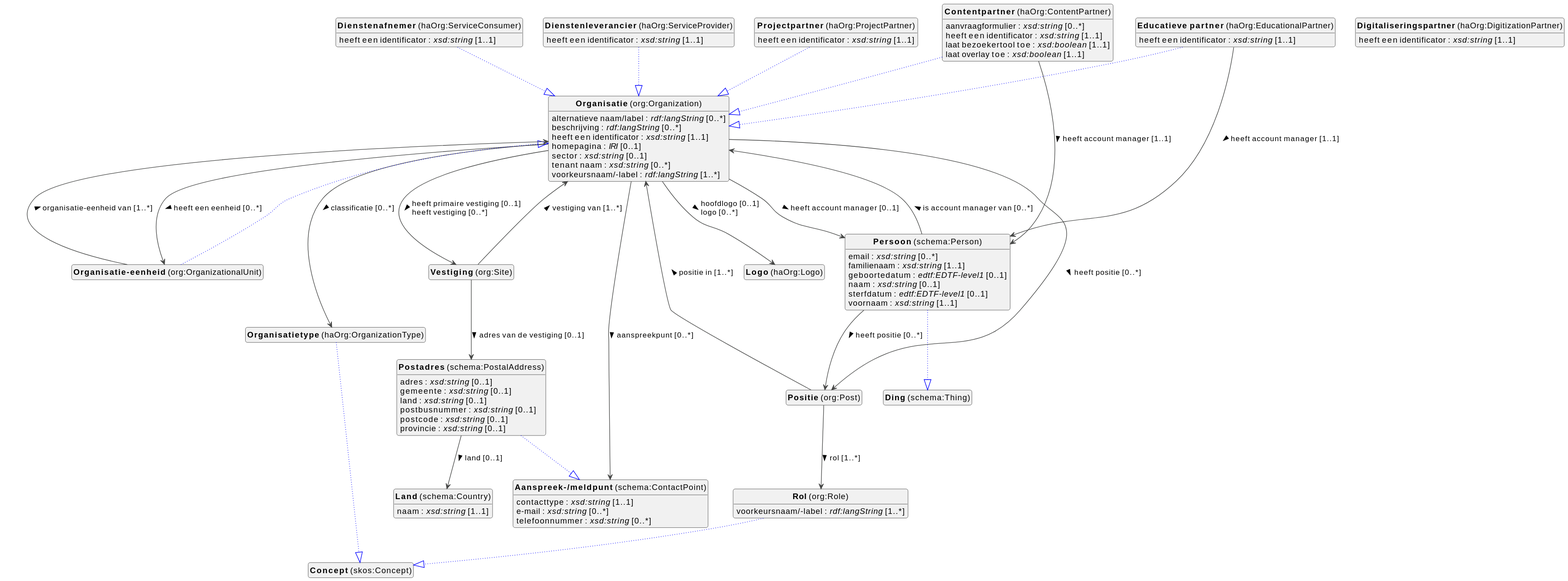
Earlier version of the PlantUML export docs/metadata/knowledge-graph/0.0.1/organizations/nl/organizations-diagram.svg (viaacode/documentation-jekyll).
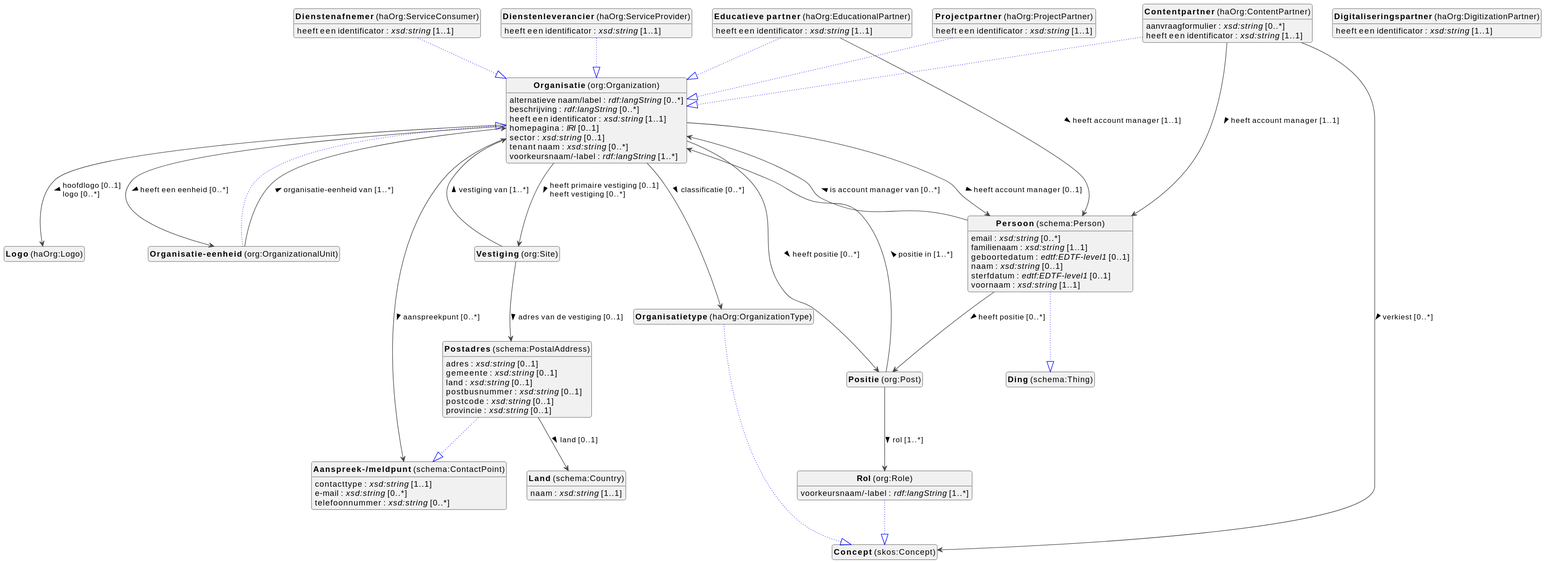
After the commit.

Diff of the diagram source:
```diff
@@ -11,6 +11,7 @@
 
 
 class "<b>Aanspreek-/meldpunt</b> (schema:ContactPoint)" as schema_ContactPoint [[#schema%3AContactPoint]]
+class "<b>Concept</b> (skos:Concept)" as skos_Concept [[../../terms/nl#skos%3AConcept]]
 class "<b>Contentpartner</b> (haOrg:ContentPartner)" as haOrg_ContentPartner [[#haOrg%3AContentPartner]]
 class "<b>Organisatie</b> (org:Organization)" as org_Organization [[#org%3AOrganization]]
 class "<b>Dienstenafnemer</b> (haOrg:ServiceConsumer)" as haOrg_ServiceConsumer [[#haOrg%3AServiceConsumer]]
@@ -44,14 +45,14 @@
 schema_ContactPoint : telefoonnummer : <i>xsd:string</i> [0..*]
 
 
+
+
 haOrg_ContentPartner --|> org_Organization #blue;line.dotted;text:blue
 
 haOrg_ContentPartner : aanvraagformulier : <i>xsd:string</i> [0..*]
 haOrg_ContentPartner : heeft een identificator : <i>xsd:string</i> [1..1]
-haOrg_ContentPartner : laat bezoekertool toe : <i>xsd:boolean</i> [1..1]
-haOrg_ContentPartner : laat overlay toe : <i>xsd:boolean</i> [1..1]
 haOrg_ContentPartner --> schema_Person :heeft account manager [1..1]  >
-
+haOrg_ContentPartner --> skos_Concept :verkiest [0..*]  >
 
 
 haOrg_ServiceConsumer --|> org_Organization #blue;line.dotted;text:blue
```
